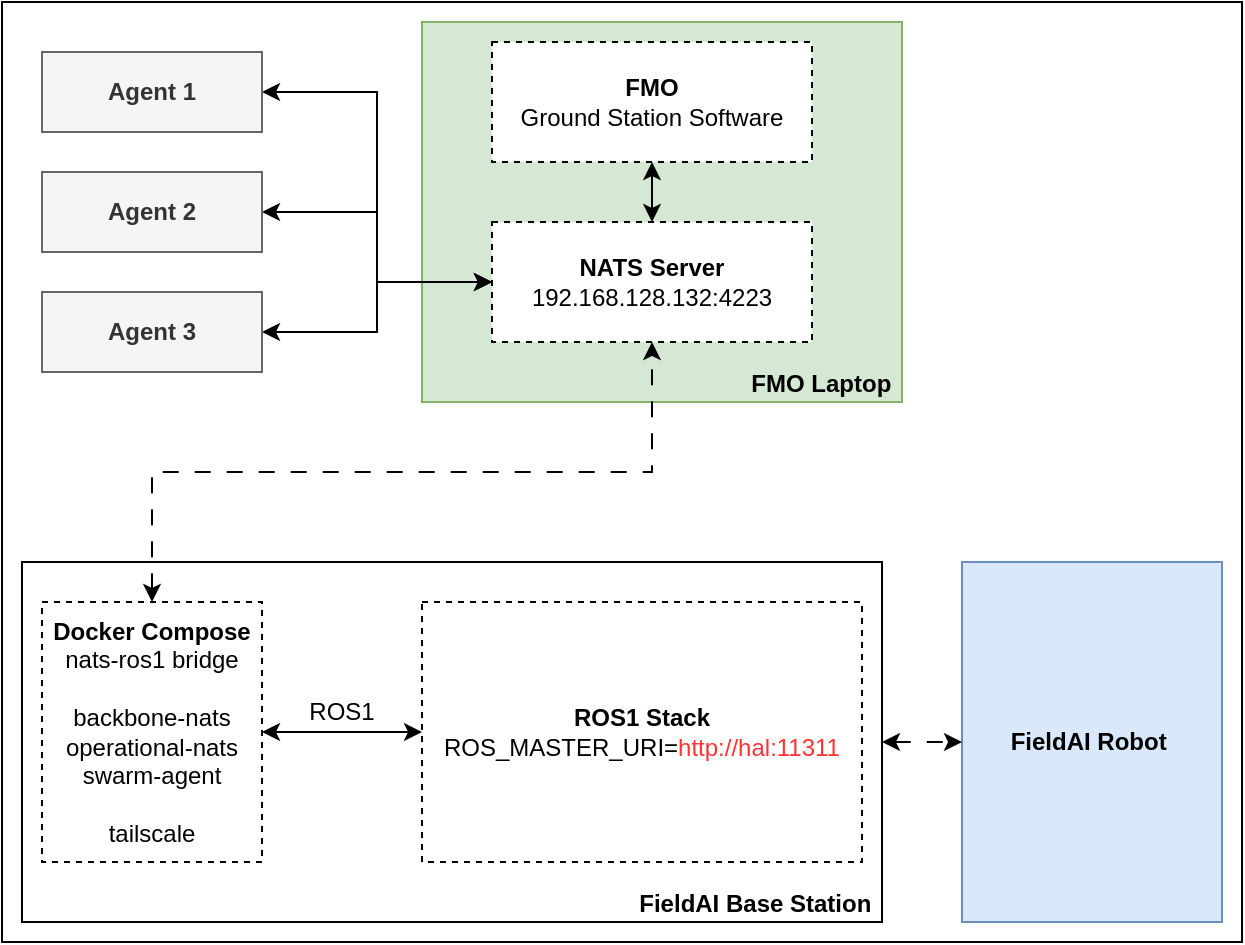
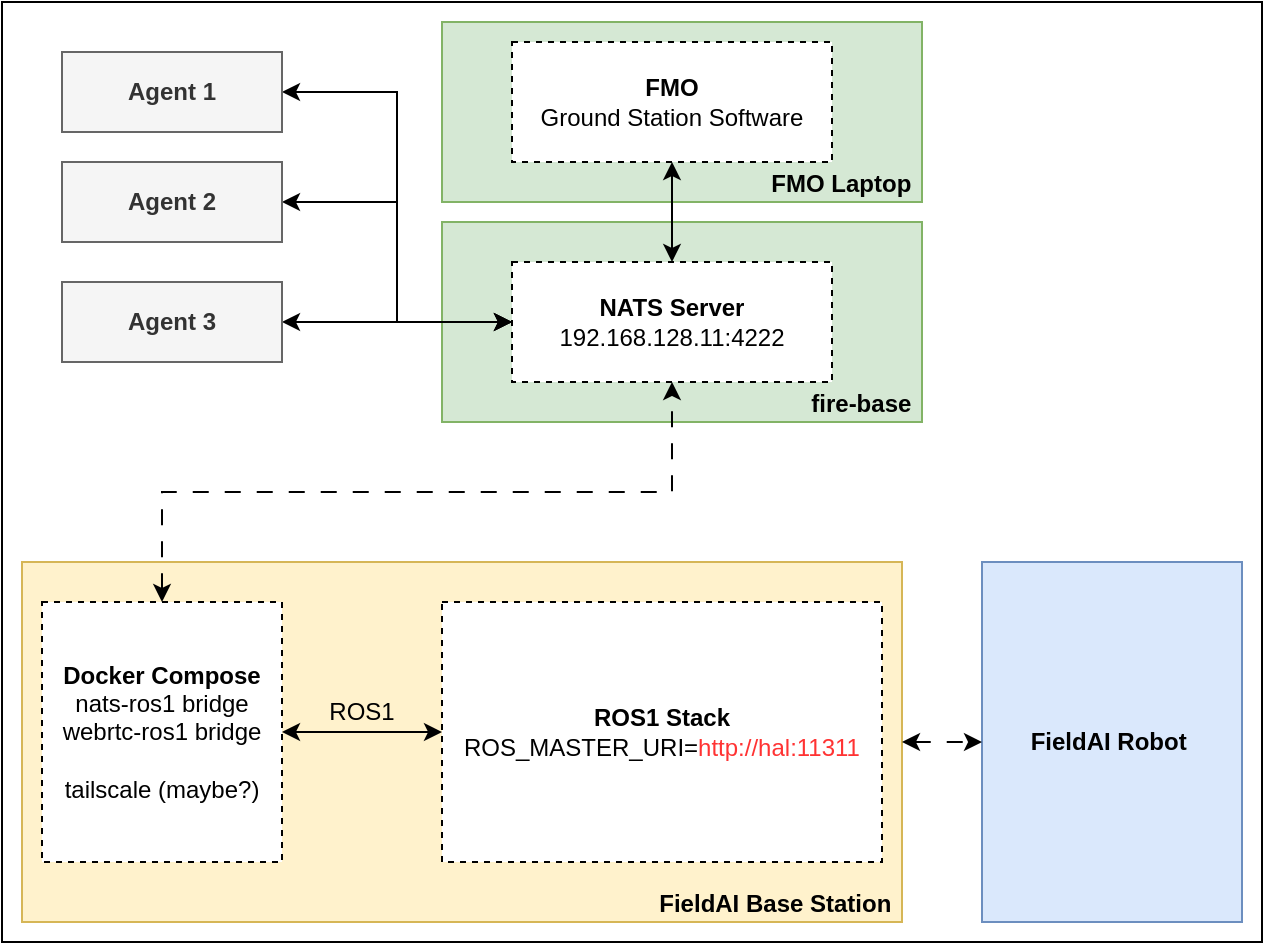
<mxfile host="Electron" agent="Mozilla/5.0 (X11; Linux x86_64) AppleWebKit/537.36 (KHTML, like Gecko) draw.io/28.2.5 Chrome/138.0.7204.251 Electron/37.6.1 Safari/537.36" version="28.2.5">
  <diagram name="Page-1" id="4LKxJmiHCzAgHi-25CAg">
-     <mxGraphModel dx="1188" dy="720" grid="1" gridSize="10" guides="1" tooltips="1" connect="1" arrows="1" fold="1" page="1" pageScale="1" pageWidth="850" pageHeight="1100" math="0" shadow="0">
+     <mxGraphModel dx="1426" dy="864" grid="1" gridSize="10" guides="1" tooltips="1" connect="1" arrows="1" fold="1" page="1" pageScale="1" pageWidth="850" pageHeight="1100" math="0" shadow="0">
      <root>
        <mxCell id="0" />
        <mxCell id="1" parent="0" />
        <mxCell id="ao4_OA2Sh6UKhkAWIHi6-6" value="" style="rounded=0;whiteSpace=wrap;html=1;" parent="1" vertex="1">
-           <mxGeometry x="150" y="260" width="620" height="470" as="geometry" />
+           <mxGeometry x="140" y="260" width="630" height="470" as="geometry" />
+         </mxCell>
+         <mxCell id="K1pB0g2Fk4yvMkdCrYzS-1" value="&lt;b&gt;fire-base&amp;nbsp;&lt;/b&gt;" style="rounded=0;whiteSpace=wrap;html=1;align=right;verticalAlign=bottom;fillColor=#d5e8d4;strokeColor=#82b366;" vertex="1" parent="1">
+           <mxGeometry x="360" y="370" width="240" height="100" as="geometry" />
        </mxCell>
        <mxCell id="NqXXLPDWZZw7BoWwIbQB-7" value="&lt;b&gt;FMO Laptop&amp;nbsp;&lt;/b&gt;" style="rounded=0;whiteSpace=wrap;html=1;align=right;verticalAlign=bottom;fillColor=#d5e8d4;strokeColor=#82b366;" parent="1" vertex="1">
-           <mxGeometry x="360" y="270" width="240" height="190" as="geometry" />
+           <mxGeometry x="360" y="270" width="240" height="90" as="geometry" />
        </mxCell>
        <mxCell id="NqXXLPDWZZw7BoWwIbQB-6" value="&lt;b&gt;FieldAI Robot&amp;nbsp;&lt;/b&gt;" style="rounded=0;whiteSpace=wrap;html=1;align=center;verticalAlign=middle;fillColor=#dae8fc;strokeColor=#6c8ebf;" parent="1" vertex="1">
          <mxGeometry x="630" y="540" width="130" height="180" as="geometry" />
        </mxCell>
-         <mxCell id="NqXXLPDWZZw7BoWwIbQB-2" value="&lt;b&gt;NATS Server&lt;/b&gt;&lt;div&gt;192.168.128.132:4223&lt;/div&gt;" style="rounded=0;whiteSpace=wrap;html=1;dashed=1;" parent="1" vertex="1">
-           <mxGeometry x="395" y="370" width="160" height="60" as="geometry" />
+         <mxCell id="NqXXLPDWZZw7BoWwIbQB-2" value="&lt;b&gt;NATS Server&lt;/b&gt;&lt;div&gt;192.168.128.11:4222&lt;/div&gt;" style="rounded=0;whiteSpace=wrap;html=1;dashed=1;" parent="1" vertex="1">
+           <mxGeometry x="395" y="390" width="160" height="60" as="geometry" />
        </mxCell>
        <mxCell id="33FqFWJDVf2yEUuYl60e-10" style="edgeStyle=orthogonalEdgeStyle;rounded=0;orthogonalLoop=1;jettySize=auto;html=1;exitX=0.5;exitY=1;exitDx=0;exitDy=0;entryX=0.5;entryY=0;entryDx=0;entryDy=0;startArrow=classic;startFill=1;" parent="1" source="NqXXLPDWZZw7BoWwIbQB-8" target="NqXXLPDWZZw7BoWwIbQB-2" edge="1">
          <mxGeometry relative="1" as="geometry" />
        </mxCell>
        <mxCell id="NqXXLPDWZZw7BoWwIbQB-8" value="&lt;b&gt;FMO&lt;/b&gt;&lt;div&gt;Ground Station Software&lt;/div&gt;" style="rounded=0;whiteSpace=wrap;html=1;dashed=1;" parent="1" vertex="1">
          <mxGeometry x="395" y="280" width="160" height="60" as="geometry" />
        </mxCell>
        <mxCell id="33FqFWJDVf2yEUuYl60e-5" style="edgeStyle=orthogonalEdgeStyle;rounded=0;orthogonalLoop=1;jettySize=auto;html=1;exitX=1;exitY=0.5;exitDx=0;exitDy=0;entryX=0;entryY=0.5;entryDx=0;entryDy=0;startArrow=classic;startFill=1;" parent="1" source="33FqFWJDVf2yEUuYl60e-2" target="NqXXLPDWZZw7BoWwIbQB-2" edge="1">
          <mxGeometry relative="1" as="geometry" />
        </mxCell>
        <mxCell id="33FqFWJDVf2yEUuYl60e-2" value="&lt;b&gt;Agent 1&lt;/b&gt;" style="rounded=0;whiteSpace=wrap;html=1;align=center;verticalAlign=middle;fillColor=#f5f5f5;fontColor=#333333;strokeColor=#666666;" parent="1" vertex="1">
          <mxGeometry x="170" y="285" width="110" height="40" as="geometry" />
        </mxCell>
        <mxCell id="33FqFWJDVf2yEUuYl60e-6" style="edgeStyle=orthogonalEdgeStyle;rounded=0;orthogonalLoop=1;jettySize=auto;html=1;exitX=1;exitY=0.5;exitDx=0;exitDy=0;entryX=0;entryY=0.5;entryDx=0;entryDy=0;startArrow=classic;startFill=1;" parent="1" source="33FqFWJDVf2yEUuYl60e-3" target="NqXXLPDWZZw7BoWwIbQB-2" edge="1">
          <mxGeometry relative="1" as="geometry" />
        </mxCell>
        <mxCell id="33FqFWJDVf2yEUuYl60e-3" value="&lt;b&gt;Agent 2&lt;/b&gt;" style="rounded=0;whiteSpace=wrap;html=1;align=center;verticalAlign=middle;fillColor=#f5f5f5;fontColor=#333333;strokeColor=#666666;" parent="1" vertex="1">
-           <mxGeometry x="170" y="345" width="110" height="40" as="geometry" />
+           <mxGeometry x="170" y="340" width="110" height="40" as="geometry" />
        </mxCell>
        <mxCell id="33FqFWJDVf2yEUuYl60e-7" style="edgeStyle=orthogonalEdgeStyle;rounded=0;orthogonalLoop=1;jettySize=auto;html=1;exitX=1;exitY=0.5;exitDx=0;exitDy=0;entryX=0;entryY=0.5;entryDx=0;entryDy=0;startArrow=classic;startFill=1;" parent="1" source="33FqFWJDVf2yEUuYl60e-4" target="NqXXLPDWZZw7BoWwIbQB-2" edge="1">
          <mxGeometry relative="1" as="geometry" />
        </mxCell>
        <mxCell id="33FqFWJDVf2yEUuYl60e-4" value="&lt;b&gt;Agent 3&lt;/b&gt;" style="rounded=0;whiteSpace=wrap;html=1;align=center;verticalAlign=middle;fillColor=#f5f5f5;fontColor=#333333;strokeColor=#666666;" parent="1" vertex="1">
-           <mxGeometry x="170" y="405" width="110" height="40" as="geometry" />
+           <mxGeometry x="170" y="400" width="110" height="40" as="geometry" />
        </mxCell>
-         <mxCell id="Mt-QOnj-M8pVkXTkuhvp-1" value="&lt;div&gt;&lt;b&gt;FieldAI Base Station&amp;nbsp;&lt;/b&gt;&lt;/div&gt;" style="rounded=0;whiteSpace=wrap;html=1;verticalAlign=bottom;align=right;" parent="1" vertex="1">
-           <mxGeometry x="160" y="540" width="430" height="180" as="geometry" />
+         <mxCell id="Mt-QOnj-M8pVkXTkuhvp-1" value="&lt;div&gt;&lt;b&gt;FieldAI Base Station&amp;nbsp;&lt;/b&gt;&lt;/div&gt;" style="rounded=0;whiteSpace=wrap;html=1;verticalAlign=bottom;align=right;fillColor=#fff2cc;strokeColor=#d6b656;" parent="1" vertex="1">
+           <mxGeometry x="150" y="540" width="440" height="180" as="geometry" />
        </mxCell>
-         <mxCell id="NqXXLPDWZZw7BoWwIbQB-3" value="&lt;div&gt;&lt;b&gt;Docker Compose&lt;/b&gt;&lt;/div&gt;&lt;div&gt;nats-ros1 bridge&lt;/div&gt;&lt;div&gt;&lt;br&gt;&lt;/div&gt;&lt;div&gt;backbone-nats&lt;/div&gt;&lt;div&gt;operational-nats&lt;/div&gt;&lt;div&gt;swarm-agent&lt;/div&gt;&lt;div&gt;&lt;br&gt;&lt;/div&gt;&lt;div&gt;tailscale&lt;/div&gt;" style="rounded=0;whiteSpace=wrap;html=1;verticalAlign=middle;dashed=1;" parent="1" vertex="1">
-           <mxGeometry x="170" y="560" width="110" height="130" as="geometry" />
+         <mxCell id="NqXXLPDWZZw7BoWwIbQB-3" value="&lt;div&gt;&lt;b&gt;Docker Compose&lt;/b&gt;&lt;/div&gt;&lt;div&gt;nats-ros1 bridge&lt;/div&gt;&lt;div&gt;webrtc-ros1 bridge&lt;/div&gt;&lt;div&gt;&lt;br&gt;&lt;/div&gt;&lt;div&gt;tailscale (maybe?)&lt;/div&gt;" style="rounded=0;whiteSpace=wrap;html=1;verticalAlign=middle;dashed=1;" parent="1" vertex="1">
+           <mxGeometry x="160" y="560" width="120" height="130" as="geometry" />
        </mxCell>
-         <mxCell id="1vgdmPXWtOp6ZMq3ka-s-1" value="&lt;b&gt;ROS1 Stack&lt;/b&gt;&lt;br&gt;ROS_MASTER_URI=&lt;font style=&quot;color: rgb(255, 51, 51);&quot;&gt;http://hal:11311&lt;/font&gt;" style="rounded=0;whiteSpace=wrap;html=1;dashed=1;" vertex="1" parent="1">
+         <mxCell id="1vgdmPXWtOp6ZMq3ka-s-1" value="&lt;b&gt;ROS1 Stack&lt;/b&gt;&lt;br&gt;ROS_MASTER_URI=&lt;font style=&quot;color: rgb(255, 51, 51);&quot;&gt;http://hal:11311&lt;/font&gt;" style="rounded=0;whiteSpace=wrap;html=1;dashed=1;" parent="1" vertex="1">
          <mxGeometry x="360" y="560" width="220" height="130" as="geometry" />
        </mxCell>
        <mxCell id="33FqFWJDVf2yEUuYl60e-9" value="ROS1" style="text;html=1;align=center;verticalAlign=middle;whiteSpace=wrap;rounded=0;rotation=0;" parent="1" vertex="1">
          <mxGeometry x="290" y="600" width="60" height="30" as="geometry" />
        </mxCell>
        <mxCell id="NqXXLPDWZZw7BoWwIbQB-9" style="edgeStyle=orthogonalEdgeStyle;rounded=0;orthogonalLoop=1;jettySize=auto;html=1;startArrow=classic;startFill=1;entryX=0;entryY=0.5;entryDx=0;entryDy=0;" parent="1" source="NqXXLPDWZZw7BoWwIbQB-3" target="1vgdmPXWtOp6ZMq3ka-s-1" edge="1">
          <mxGeometry relative="1" as="geometry" />
        </mxCell>
        <mxCell id="NqXXLPDWZZw7BoWwIbQB-10" style="edgeStyle=orthogonalEdgeStyle;rounded=0;orthogonalLoop=1;jettySize=auto;html=1;exitX=0.5;exitY=0;exitDx=0;exitDy=0;startArrow=classic;startFill=1;dashed=1;dashPattern=8 8;" parent="1" source="NqXXLPDWZZw7BoWwIbQB-3" target="NqXXLPDWZZw7BoWwIbQB-2" edge="1">
          <mxGeometry relative="1" as="geometry" />
        </mxCell>
-         <mxCell id="1vgdmPXWtOp6ZMq3ka-s-3" style="edgeStyle=orthogonalEdgeStyle;rounded=0;orthogonalLoop=1;jettySize=auto;html=1;exitX=1;exitY=0.5;exitDx=0;exitDy=0;startArrow=classic;startFill=1;entryX=0;entryY=0.5;entryDx=0;entryDy=0;dashed=1;dashPattern=8 8;" edge="1" parent="1" source="Mt-QOnj-M8pVkXTkuhvp-1" target="NqXXLPDWZZw7BoWwIbQB-6">
+         <mxCell id="1vgdmPXWtOp6ZMq3ka-s-3" style="edgeStyle=orthogonalEdgeStyle;rounded=0;orthogonalLoop=1;jettySize=auto;html=1;exitX=1;exitY=0.5;exitDx=0;exitDy=0;startArrow=classic;startFill=1;entryX=0;entryY=0.5;entryDx=0;entryDy=0;dashed=1;dashPattern=8 8;" parent="1" source="Mt-QOnj-M8pVkXTkuhvp-1" target="NqXXLPDWZZw7BoWwIbQB-6" edge="1">
          <mxGeometry relative="1" as="geometry">
            <mxPoint x="460" y="660" as="sourcePoint" />
            <mxPoint x="710" y="530" as="targetPoint" />
          </mxGeometry>
        </mxCell>
      </root>
    </mxGraphModel>
  </diagram>
</mxfile>
